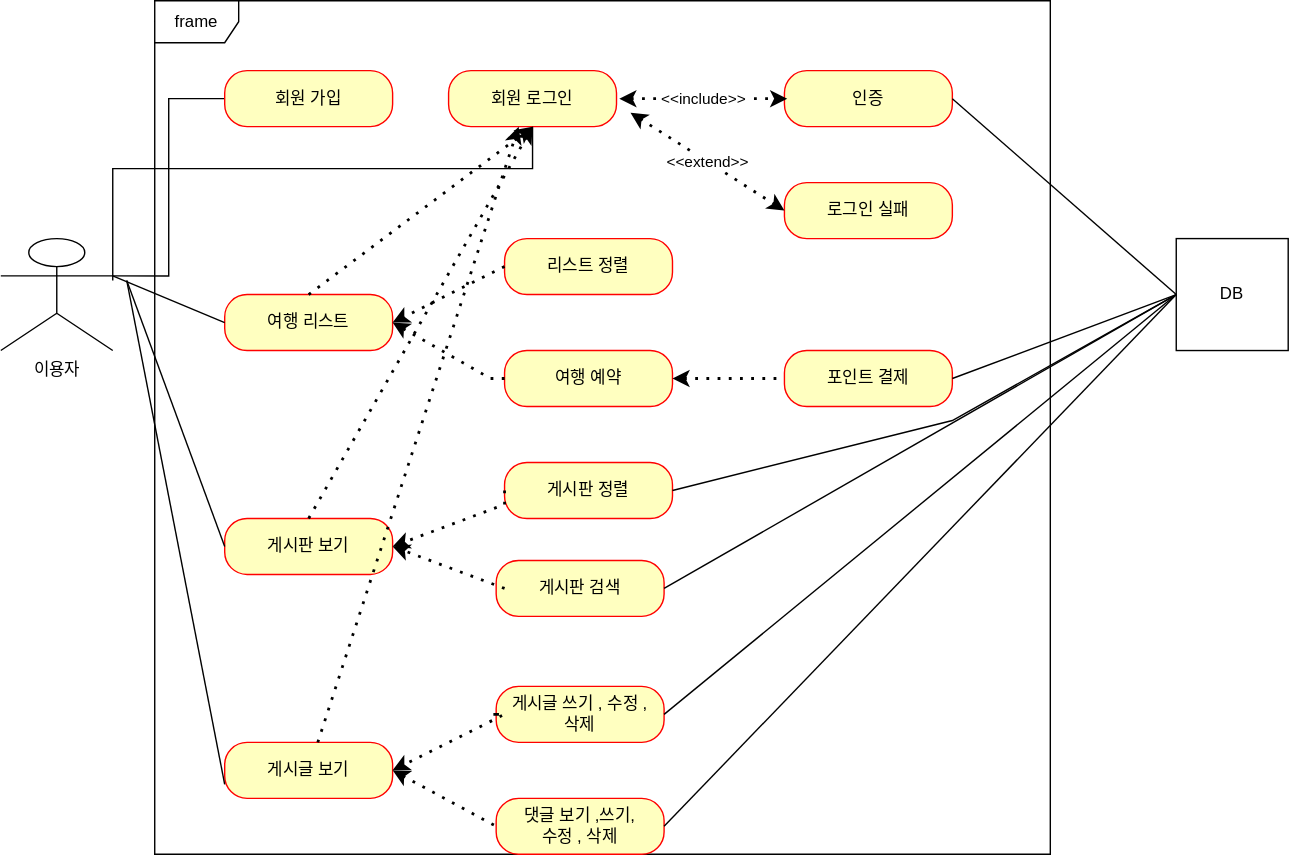
Earlier version of the draw.io export document/여행-사용자 유즈케이스.drawio.svg (yang-hyunwoo/board-site). Source tidied: cells renumbered, new cells last; positions are measured from the earlier drawing's top-left corner, leaving out a move shared by most shapes.
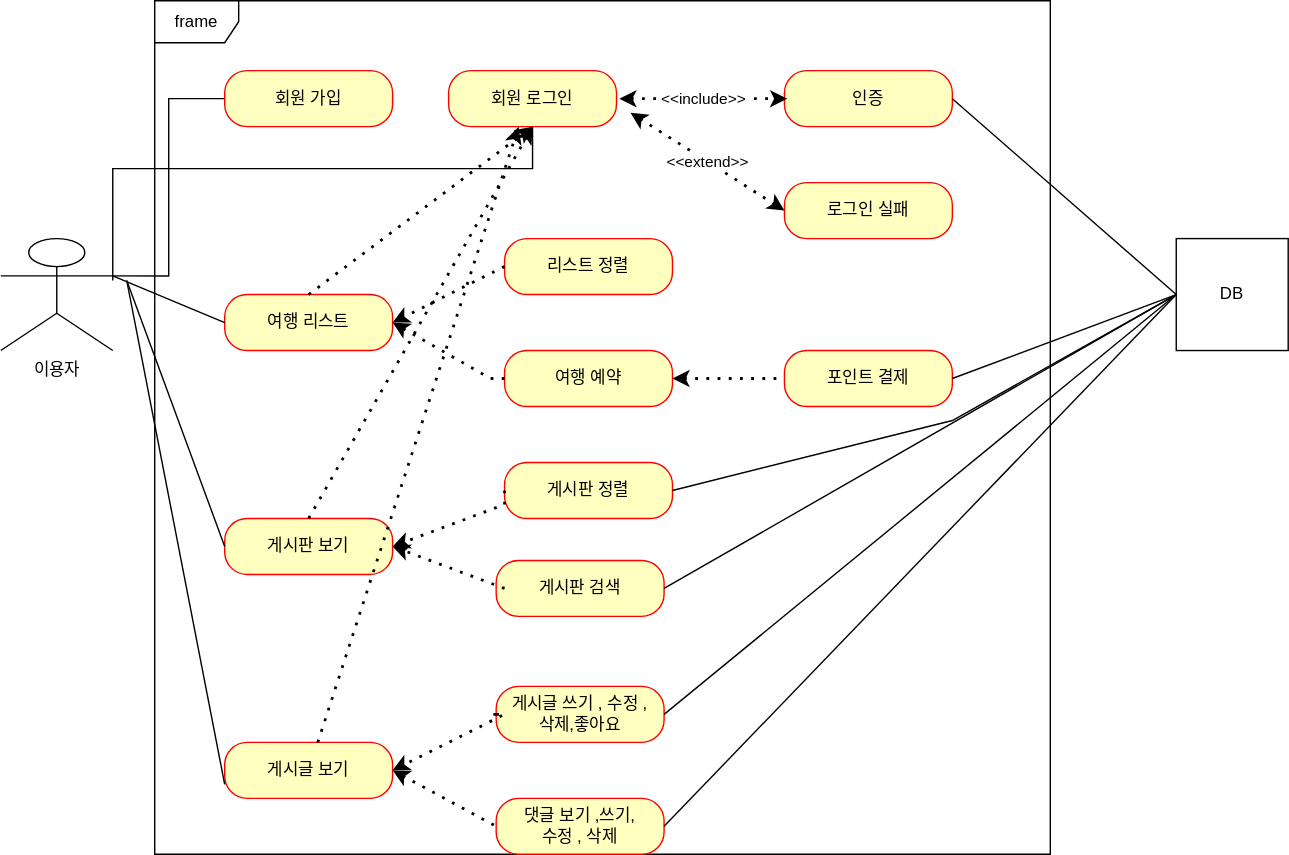
The same diagram one commit later.

Commit message:
여행-사용자 유즈케이스.drawio.svg 업데이트

Diff of the diagram source:
```diff
@@ -38,7 +38,7 @@
     <mxCell id="13" value="게시판 검색" style="rounded=1;whiteSpace=wrap;html=1;arcSize=40;fontColor=#000000;fillColor=#ffffc0;strokeColor=#ff0000;" parent="1" vertex="1">
       <mxGeometry x="354" y="400" width="120" height="40" as="geometry" />
     </mxCell>
-    <mxCell id="14" value="게시글 쓰기 , 수정 ,&lt;br&gt;삭제" style="rounded=1;whiteSpace=wrap;html=1;arcSize=40;fontColor=#000000;fillColor=#ffffc0;strokeColor=#ff0000;" parent="1" vertex="1">
+    <mxCell id="14" value="게시글 쓰기 , 수정 ,&lt;br&gt;삭제,좋아요" style="rounded=1;whiteSpace=wrap;html=1;arcSize=40;fontColor=#000000;fillColor=#ffffc0;strokeColor=#ff0000;" parent="1" vertex="1">
       <mxGeometry x="354" y="490" width="120" height="40" as="geometry" />
     </mxCell>
     <mxCell id="15" value="댓글 보기 ,쓰기,&lt;br&gt;수정 , 삭제" style="rounded=1;whiteSpace=wrap;html=1;arcSize=40;fontColor=#000000;fillColor=#ffffc0;strokeColor=#ff0000;" parent="1" vertex="1">
```
